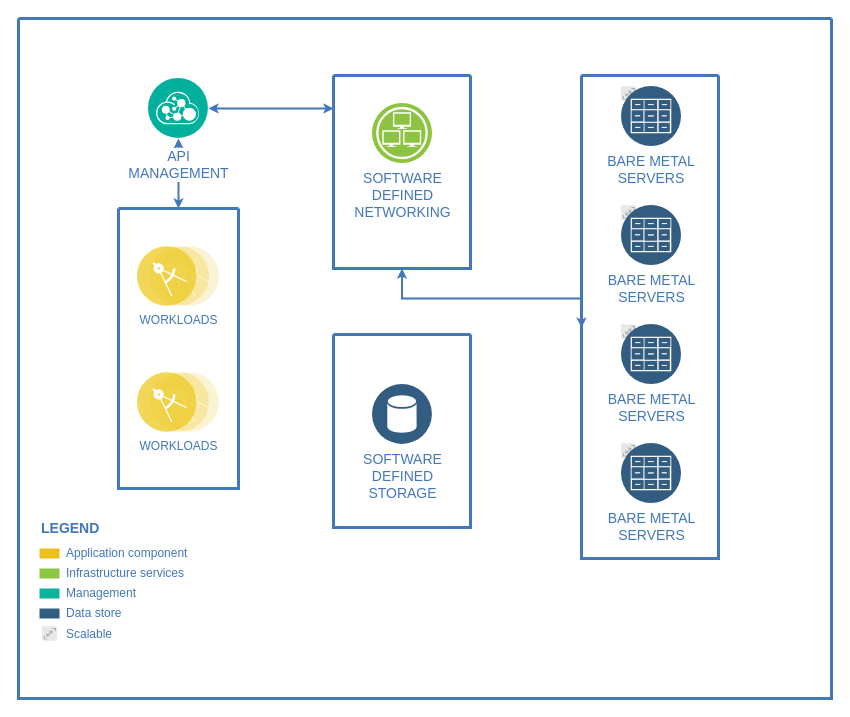
This is Untitled Diagram.drawio from yigoC/test, a draw.io file, before an edit. Source tidied: cells renumbered, new cells numbered last; positions are measured from the earlier drawing's top-left corner, leaving out a move shared by most shapes. Both pictures are drawn from the tidied source at 100%, with x=0, y=0 at pixel (18, 18).
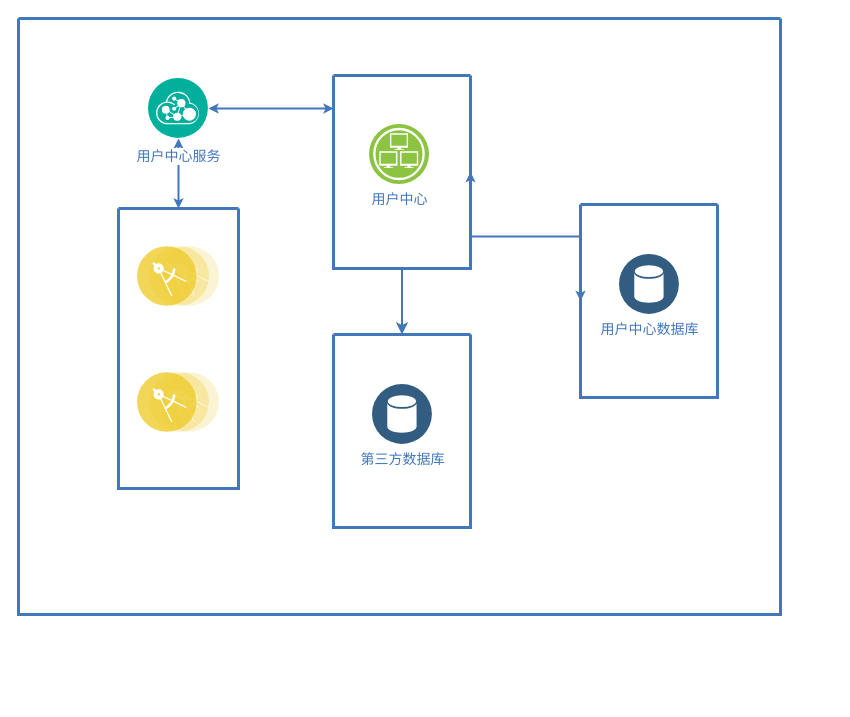
After the change.

The change refers to these unchanged cells:
```xml
<mxCell id="12" style="swimlane;shadow=0;strokeColor=#4277BB;fillColor=#ffffff;fontColor=#4277BB;align=right;startSize=0;strokeWidth=3;" parent="2" vertex="1">
  <mxGeometry x="100" y="190" width="120" height="280" as="geometry" />
</mxCell>
<mxCell id="15" style="swimlane;shadow=0;strokeColor=#4277BB;fillColor=#ffffff;fontColor=#4277BB;align=right;startSize=0;strokeWidth=3;" parent="2" vertex="1">
  <mxGeometry x="315" y="57" width="137" height="193" as="geometry" />
</mxCell>
<mxCell id="31" style="swimlane;shadow=0;strokeColor=#4277BB;fillColor=#ffffff;fontColor=#4277BB;align=right;startSize=0;strokeWidth=3;" parent="2" vertex="1">
  <mxGeometry x="315" y="316" width="137" height="193" as="geometry" />
</mxCell>
```

The edit, as a diff of the source:
```diff
@@
     <mxCell id="2" style="swimlane;shadow=0;strokeColor=#4277BB;fillColor=#ffffff;fontColor=#4277BB;align=right;startSize=0;strokeWidth=3;" parent="1" vertex="1">
-      <mxGeometry width="813" height="680" as="geometry" />
+      <mxGeometry width="762" height="596" as="geometry" />
     </mxCell>
@@
-    <mxCell id="4" style="edgeStyle=elbowEdgeStyle;rounded=0;elbow=vertical;html=1;entryX=0;entryY=0.522;entryPerimeter=0;labelBackgroundColor=#ffffff;startArrow=classic;startFill=1;startSize=4;endArrow=classic;endFill=1;endSize=4;jettySize=auto;strokeColor=#4277BB;strokeWidth=2;fontSize=14;fontColor=#4277BB;" parent="2" edge="1" source="15" target="17">
+    <mxCell id="4" style="edgeStyle=elbowEdgeStyle;rounded=0;elbow=vertical;html=1;labelBackgroundColor=#ffffff;startArrow=classic;startFill=1;startSize=4;endArrow=classic;endFill=1;endSize=4;jettySize=auto;strokeColor=#4277BB;strokeWidth=2;fontSize=14;fontColor=#4277BB;entryX=0;entryY=0.5;entryDx=0;entryDy=0;exitX=1;exitY=0.5;exitDx=0;exitDy=0;" parent="2" edge="1" source="15" target="33">
       <mxGeometry relative="1" as="geometry" />
     </mxCell>
@@
-    <mxCell id="6" value="Application component" style="rounded=0;html=1;shadow=0;labelBackgroundColor=none;strokeColor=none;strokeWidth=2;fillColor=#EBC01A;gradientColor=none;fontSize=12;fontColor=#4277BB;align=left;labelPosition=right;verticalLabelPosition=middle;verticalAlign=middle;spacingLeft=5;" parent="2" vertex="1">
-      <mxGeometry x="21" y="530" width="20" height="10" as="geometry" />
-    </mxCell>
-    <mxCell id="7" value="Infrastructure services" style="rounded=0;html=1;shadow=0;labelBackgroundColor=none;strokeColor=none;strokeWidth=2;fillColor=#8DC642;gradientColor=none;fontSize=12;fontColor=#4277BB;align=left;labelPosition=right;verticalLabelPosition=middle;verticalAlign=middle;spacingLeft=5;" parent="2" vertex="1">
-      <mxGeometry x="21" y="550" width="20" height="10" as="geometry" />
-    </mxCell>
-    <mxCell id="8" value="Management" style="rounded=0;html=1;shadow=0;labelBackgroundColor=none;strokeColor=none;strokeWidth=2;fillColor=#0DB39D;gradientColor=none;fontSize=12;fontColor=#4277BB;align=left;labelPosition=right;verticalLabelPosition=middle;verticalAlign=middle;spacingLeft=5;" parent="2" vertex="1">
-      <mxGeometry x="21" y="570" width="20" height="10" as="geometry" />
-    </mxCell>
-    <mxCell id="9" value="Data store" style="rounded=0;html=1;shadow=0;labelBackgroundColor=none;strokeColor=none;strokeWidth=2;fillColor=#335D81;gradientColor=none;fontSize=12;fontColor=#4277BB;align=left;labelPosition=right;verticalLabelPosition=middle;verticalAlign=middle;spacingLeft=5;" parent="2" vertex="1">
-      <mxGeometry x="21" y="590" width="20" height="10" as="geometry" />
-    </mxCell>
-    <mxCell id="10" value="LEGEND" style="text;html=1;align=left;verticalAlign=middle;fontColor=#4277BB;shadow=0;dashed=0;strokeColor=none;fillColor=none;labelBackgroundColor=none;fontStyle=1;fontSize=14;spacingLeft=0;" parent="2" vertex="1">
-      <mxGeometry x="21" y="500" width="150" height="20" as="geometry" />
-    </mxCell>
-    <mxCell id="11" value="API&lt;div&gt;MANAGEMENT&lt;/div&gt;" style="perimeter=ellipsePerimeter;html=1;align=center;shadow=0;dashed=0;image;image=img/lib/ibm/management/api_management.svg;rounded=1;labelBackgroundColor=#ffffff;strokeColor=#666666;strokeWidth=3;fillColor=#C2952D;gradientColor=none;fontSize=14;fontColor=#4277BB;spacingTop=3;" parent="2" vertex="1">
+    <mxCell id="11" value="用户中心服务" style="perimeter=ellipsePerimeter;html=1;align=center;shadow=0;dashed=0;image;image=img/lib/ibm/management/api_management.svg;rounded=1;labelBackgroundColor=#ffffff;strokeColor=#666666;strokeWidth=3;fillColor=#C2952D;gradientColor=none;fontSize=14;fontColor=#4277BB;spacingTop=3;" parent="2" vertex="1">
       <mxGeometry x="130" y="60" width="60" height="60" as="geometry" />
     </mxCell>
@@
-    <mxCell id="13" value="WORKLOADS" style="perimeter=ellipsePerimeter;html=1;align=center;shadow=0;dashed=0;image;image=img/lib/ibm/applications/microservice.svg;labelBackgroundColor=#ffffff;strokeColor=#666666;strokeWidth=3;fillColor=#C2952D;gradientColor=none;fontSize=12;fontColor=#4277BB;" parent="12" vertex="1">
+    <mxCell id="13" style="perimeter=ellipsePerimeter;html=1;align=center;shadow=0;dashed=0;image;image=img/lib/ibm/applications/microservice.svg;labelBackgroundColor=#ffffff;strokeColor=#666666;strokeWidth=3;fillColor=#C2952D;gradientColor=none;fontSize=12;fontColor=#4277BB;" parent="12" vertex="1">
       <mxGeometry x="19" y="38" width="82" height="60" as="geometry" />
     </mxCell>
-    <mxCell id="14" value="WORKLOADS" style="perimeter=ellipsePerimeter;html=1;align=center;shadow=0;dashed=0;image;image=img/lib/ibm/applications/microservice.svg;labelBackgroundColor=#ffffff;strokeColor=#666666;strokeWidth=3;fillColor=#C2952D;gradientColor=none;fontSize=12;fontColor=#4277BB;" parent="12" vertex="1">
+    <mxCell id="14" style="perimeter=ellipsePerimeter;html=1;align=center;shadow=0;dashed=0;image;image=img/lib/ibm/applications/microservice.svg;labelBackgroundColor=#ffffff;strokeColor=#666666;strokeWidth=3;fillColor=#C2952D;gradientColor=none;fontSize=12;fontColor=#4277BB;" parent="12" vertex="1">
       <mxGeometry x="19" y="164" width="82" height="60" as="geometry" />
     </mxCell>
@@
-    <mxCell id="16" value="SOFTWARE&lt;div&gt;DEFINED&lt;/div&gt;&lt;div&gt;NETWORKING&lt;/div&gt;" style="perimeter=ellipsePerimeter;html=1;align=center;shadow=0;dashed=0;image;image=img/lib/ibm/infrastructure/infrastructure_services.svg;rounded=1;labelBackgroundColor=#ffffff;strokeColor=#666666;strokeWidth=3;fillColor=#C2952D;gradientColor=none;fontSize=14;fontColor=#4277BB;" parent="15" vertex="1">
-      <mxGeometry x="39" y="28" width="60" height="60" as="geometry" />
+    <mxCell id="16" value="用户中心" style="perimeter=ellipsePerimeter;html=1;align=center;shadow=0;dashed=0;image;image=img/lib/ibm/infrastructure/infrastructure_services.svg;rounded=1;labelBackgroundColor=#ffffff;strokeColor=#666666;strokeWidth=3;fillColor=#C2952D;gradientColor=none;fontSize=14;fontColor=#4277BB;" parent="15" vertex="1">
+      <mxGeometry x="36" y="49" width="60" height="60" as="geometry" />
     </mxCell>
-    <mxCell id="17" style="swimlane;shadow=0;strokeColor=#4277BB;fillColor=#ffffff;fontColor=#4277BB;align=right;startSize=0;strokeWidth=3;" parent="2" vertex="1">
-      <mxGeometry x="563" y="57" width="137" height="483" as="geometry" />
-    </mxCell>
-    <mxCell id="18" value="BARE METAL&#10;SERVERS" style="group;fontSize=14;fontColor=#4277BB;labelPosition=center;verticalLabelPosition=bottom;align=center;verticalAlign=top;labelBackgroundColor=#ffffff;" parent="17" vertex="1">
-      <mxGeometry x="40" y="11" width="60" height="60" as="geometry" />
-    </mxCell>
-    <mxCell id="19" style="perimeter=ellipsePerimeter;html=1;align=center;shadow=0;dashed=0;image;image=img/lib/ibm/miscellaneous/scalable.svg;rounded=1;labelBackgroundColor=none;strokeColor=#666666;strokeWidth=3;fillColor=#C2952D;gradientColor=none;fontSize=14;fontColor=#4277BB;" parent="18" vertex="1">
-      <mxGeometry width="15" height="15" as="geometry" />
-    </mxCell>
-    <mxCell id="20" style="perimeter=ellipsePerimeter;html=1;align=center;shadow=0;dashed=0;image;image=img/lib/ibm/data/file_repository.svg;rounded=1;labelBackgroundColor=none;strokeColor=#666666;strokeWidth=3;fillColor=#C2952D;gradientColor=none;fontSize=14;fontColor=#4277BB;" parent="18" vertex="1">
-      <mxGeometry width="60" height="60" as="geometry" />
-    </mxCell>
-    <mxCell id="21" style="group;fontSize=14;fontColor=#4277BB;labelBackgroundColor=#ffffff;" parent="17" vertex="1">
-      <mxGeometry x="40" y="130" width="60" height="60" as="geometry" />
-    </mxCell>
-    <mxCell id="22" style="perimeter=ellipsePerimeter;html=1;align=center;shadow=0;dashed=0;image;image=img/lib/ibm/miscellaneous/scalable.svg;rounded=1;labelBackgroundColor=none;strokeColor=#666666;strokeWidth=3;fillColor=#C2952D;gradientColor=none;fontSize=14;fontColor=#4277BB;" parent="21" vertex="1">
-      <mxGeometry width="15" height="15" as="geometry" />
-    </mxCell>
-    <mxCell id="23" value="BARE METAL&lt;br&gt;SERVERS" style="perimeter=ellipsePerimeter;html=1;align=center;shadow=0;dashed=0;image;image=img/lib/ibm/data/file_repository.svg;rounded=1;labelBackgroundColor=none;strokeColor=#666666;strokeWidth=3;fillColor=#C2952D;gradientColor=none;fontSize=14;fontColor=#4277BB;" parent="21" vertex="1">
-      <mxGeometry width="60" height="60" as="geometry" />
-    </mxCell>
-    <mxCell id="24" style="group;fontSize=14;fontColor=#4277BB;labelBackgroundColor=#ffffff;" parent="17" vertex="1">
-      <mxGeometry x="40" y="249" width="60" height="60" as="geometry" />
-    </mxCell>
-    <mxCell id="25" style="perimeter=ellipsePerimeter;html=1;align=center;shadow=0;dashed=0;image;image=img/lib/ibm/miscellaneous/scalable.svg;rounded=1;labelBackgroundColor=none;strokeColor=#666666;strokeWidth=3;fillColor=#C2952D;gradientColor=none;fontSize=14;fontColor=#4277BB;" parent="24" vertex="1">
-      <mxGeometry width="15" height="15" as="geometry" />
-    </mxCell>
-    <mxCell id="26" value="BARE METAL&lt;br&gt;SERVERS" style="perimeter=ellipsePerimeter;html=1;align=center;shadow=0;dashed=0;image;image=img/lib/ibm/data/file_repository.svg;rounded=1;labelBackgroundColor=none;strokeColor=#666666;strokeWidth=3;fillColor=#C2952D;gradientColor=none;fontSize=14;fontColor=#4277BB;" parent="24" vertex="1">
-      <mxGeometry width="60" height="60" as="geometry" />
-    </mxCell>
-    <mxCell id="27" style="group;fontSize=14;fontColor=#4277BB;labelBackgroundColor=#ffffff;" parent="17" vertex="1">
-      <mxGeometry x="40" y="368" width="60" height="60" as="geometry" />
-    </mxCell>
-    <mxCell id="28" style="perimeter=ellipsePerimeter;html=1;align=center;shadow=0;dashed=0;image;image=img/lib/ibm/miscellaneous/scalable.svg;rounded=1;labelBackgroundColor=none;strokeColor=#666666;strokeWidth=3;fillColor=#C2952D;gradientColor=none;fontSize=14;fontColor=#4277BB;" parent="27" vertex="1">
-      <mxGeometry width="15" height="15" as="geometry" />
-    </mxCell>
-    <mxCell id="29" value="BARE METAL&lt;br&gt;SERVERS" style="perimeter=ellipsePerimeter;html=1;align=center;shadow=0;dashed=0;image;image=img/lib/ibm/data/file_repository.svg;rounded=1;labelBackgroundColor=none;strokeColor=#666666;strokeWidth=3;fillColor=#C2952D;gradientColor=none;fontSize=14;fontColor=#4277BB;" parent="27" vertex="1">
-      <mxGeometry width="60" height="60" as="geometry" />
-    </mxCell>
-    <mxCell id="30" value="Scalable" style="perimeter=ellipsePerimeter;html=1;align=left;shadow=0;image;image=img/lib/ibm/miscellaneous/scalable.svg;rounded=0;labelBackgroundColor=none;strokeColor=none;strokeWidth=2;fillColor=#335D81;gradientColor=none;fontSize=12;fontColor=#4277BB;verticalAlign=middle;spacingLeft=7;labelPosition=right;verticalLabelPosition=middle;" parent="2" vertex="1">
-      <mxGeometry x="24" y="608" width="15" height="15" as="geometry" />
-    </mxCell>
@@
-    <mxCell id="32" value="SOFTWARE&lt;div&gt;DEFINED&lt;/div&gt;&lt;div&gt;STORAGE&lt;/div&gt;" style="perimeter=ellipsePerimeter;html=1;align=center;shadow=0;dashed=0;image;image=img/lib/ibm/data/data_services.svg;rounded=1;labelBackgroundColor=#ffffff;strokeColor=#666666;strokeWidth=3;fillColor=#C2952D;gradientColor=none;fontSize=14;fontColor=#4277BB;" parent="31" vertex="1">
+    <mxCell id="32" value="第三方数据库" style="perimeter=ellipsePerimeter;html=1;align=center;shadow=0;dashed=0;image;image=img/lib/ibm/data/data_services.svg;rounded=1;labelBackgroundColor=#ffffff;strokeColor=#666666;strokeWidth=3;fillColor=#C2952D;gradientColor=none;fontSize=14;fontColor=#4277BB;" parent="31" vertex="1">
       <mxGeometry x="39" y="50" width="60" height="60" as="geometry" />
     </mxCell>
+    <mxCell id="33" style="swimlane;shadow=0;strokeColor=#4277BB;fillColor=#ffffff;fontColor=#4277BB;align=right;startSize=0;strokeWidth=3;" parent="2" vertex="1">
+      <mxGeometry x="562" y="186" width="137" height="193" as="geometry" />
+    </mxCell>
+    <mxCell id="34" value="用户中心数据库" style="perimeter=ellipsePerimeter;html=1;align=center;shadow=0;dashed=0;image;image=img/lib/ibm/data/data_services.svg;rounded=1;labelBackgroundColor=#ffffff;strokeColor=#666666;strokeWidth=3;fillColor=#C2952D;gradientColor=none;fontSize=14;fontColor=#4277BB;" parent="33" vertex="1">
+      <mxGeometry x="39" y="50" width="60" height="60" as="geometry" />
+    </mxCell>
+    <mxCell id="35" style="endArrow=classic;html=1;rounded=0;strokeWidth=2;strokeColor=#4277BB;entryX=0.5;entryY=0;entryDx=0;entryDy=0;exitX=0.5;exitY=1;exitDx=0;exitDy=0;" parent="2" edge="1" source="15" target="31">
+      <mxGeometry relative="1" as="geometry" />
+    </mxCell>
```
